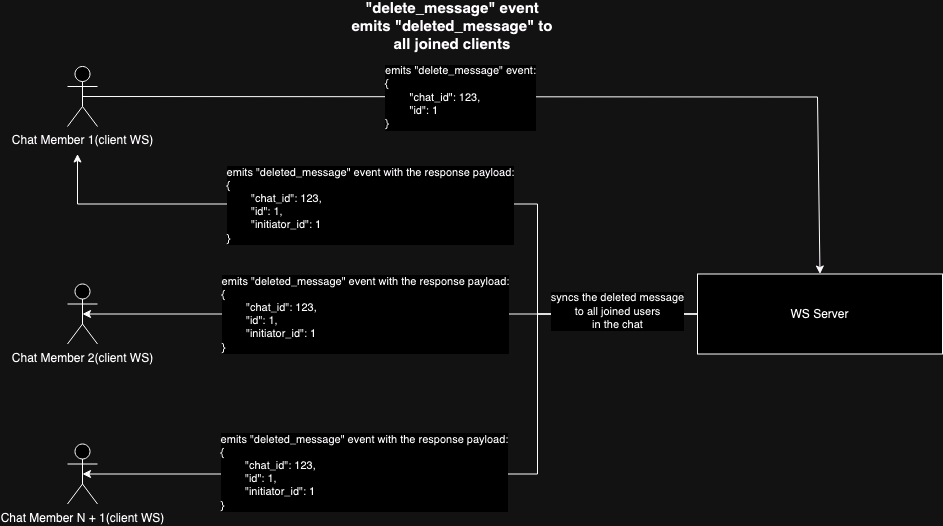
Earlier version of the draw.io export assets/ws-diagrams/messages/crud/delete_message.event.png (KR1470R/artos-messenger). Source tidied: cells renumbered, new cells last; positions are measured from the earlier drawing's top-left corner, leaving out a move shared by most shapes.
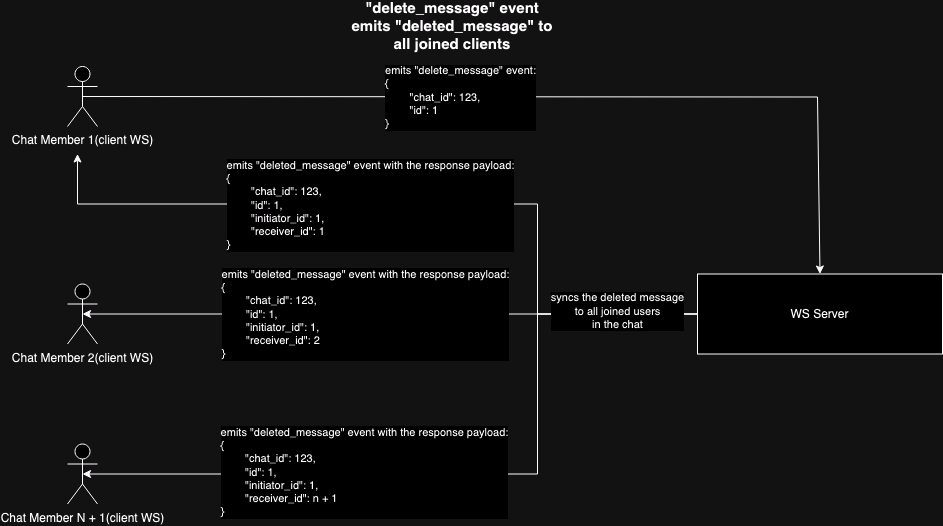
The same file after the commit.

Diff of the diagram source:
```diff
@@ -25,7 +25,7 @@
         </Array>
       </mxGeometry>
     </mxCell>
-    <mxCell id="7" value="&lt;div&gt;emits &quot;deleted_message&quot; event with the response payload:&lt;/div&gt;&lt;div align=&quot;left&quot;&gt;{&lt;/div&gt;&lt;div align=&quot;left&quot;&gt;&lt;span style=&quot;white-space: pre;&quot;&gt;&#9;&lt;/span&gt;&quot;chat_id&quot;: 123,&lt;/div&gt;&lt;div align=&quot;left&quot;&gt;&lt;span style=&quot;white-space: pre;&quot;&gt;&#9;&lt;/span&gt;&quot;id&quot;: 1,&lt;/div&gt;&lt;div align=&quot;left&quot;&gt;&lt;span style=&quot;white-space: pre;&quot;&gt;&#9;&lt;/span&gt;&quot;initiator_id&quot;: 1&lt;/div&gt;&lt;div align=&quot;left&quot;&gt;}&lt;br&gt;&lt;/div&gt;" style="edgeLabel;html=1;align=center;verticalAlign=middle;" parent="6" vertex="1">
+    <mxCell id="7" value="&lt;div&gt;emits &quot;deleted_message&quot; event with the response payload:&lt;/div&gt;&lt;div align=&quot;left&quot;&gt;{&lt;/div&gt;&lt;div align=&quot;left&quot;&gt;&lt;span style=&quot;white-space: pre;&quot;&gt;&#9;&lt;/span&gt;&quot;chat_id&quot;: 123,&lt;/div&gt;&lt;div align=&quot;left&quot;&gt;&lt;span style=&quot;white-space: pre;&quot;&gt;&#9;&lt;/span&gt;&quot;id&quot;: 1,&lt;/div&gt;&lt;div align=&quot;left&quot;&gt;&lt;span style=&quot;white-space: pre;&quot;&gt;&#9;&lt;/span&gt;&quot;initiator_id&quot;: 1,&lt;/div&gt;&lt;div align=&quot;left&quot;&gt;&lt;span style=&quot;white-space: pre;&quot;&gt;&#9;&lt;/span&gt;&quot;receiver_id&quot;: 1&lt;br&gt;&lt;/div&gt;&lt;div align=&quot;left&quot;&gt;}&lt;br&gt;&lt;/div&gt;" style="edgeLabel;html=1;align=center;verticalAlign=middle;" parent="6" vertex="1">
       <mxGeometry x="-0.15" y="1" relative="1" as="geometry">
         <mxPoint x="-106" as="offset" />
       </mxGeometry>
@@ -33,7 +33,7 @@
     <mxCell id="8" style="endArrow=classic;html=1;rounded=0;exitX=0;exitY=0.5;exitDx=0;exitDy=0;entryX=0.5;entryY=0.5;entryDx=0;entryDy=0;entryPerimeter=0;" parent="1" edge="1" source="5" target="2">
       <mxGeometry relative="1" as="geometry" />
     </mxCell>
-    <mxCell id="9" value="&lt;div&gt;emits &quot;deleted_message&quot; event with the response payload:&lt;/div&gt;&lt;div align=&quot;left&quot;&gt;{&lt;/div&gt;&lt;div align=&quot;left&quot;&gt;&lt;span style=&quot;white-space: pre;&quot;&gt;&#9;&lt;/span&gt;&quot;chat_id&quot;: 123,&lt;/div&gt;&lt;div align=&quot;left&quot;&gt;&lt;span style=&quot;white-space: pre;&quot;&gt;&#9;&lt;/span&gt;&quot;id&quot;: 1,&lt;/div&gt;&lt;div align=&quot;left&quot;&gt;&lt;span style=&quot;white-space: pre;&quot;&gt;&#9;&lt;/span&gt;&quot;initiator_id&quot;: 1&lt;/div&gt;&lt;div align=&quot;left&quot;&gt;}&lt;br&gt;&lt;/div&gt;" style="edgeLabel;html=1;align=center;verticalAlign=middle;" parent="8" vertex="1">
+    <mxCell id="9" value="&lt;div&gt;emits &quot;deleted_message&quot; event with the response payload:&lt;/div&gt;&lt;div align=&quot;left&quot;&gt;{&lt;/div&gt;&lt;div align=&quot;left&quot;&gt;&lt;span style=&quot;white-space: pre;&quot;&gt;&#9;&lt;/span&gt;&quot;chat_id&quot;: 123,&lt;/div&gt;&lt;div align=&quot;left&quot;&gt;&lt;span style=&quot;white-space: pre;&quot;&gt;&#9;&lt;/span&gt;&quot;id&quot;: 1,&lt;/div&gt;&lt;div align=&quot;left&quot;&gt;&lt;span style=&quot;white-space: pre;&quot;&gt;&#9;&lt;/span&gt;&quot;initiator_id&quot;: 1,&lt;/div&gt;&lt;div align=&quot;left&quot;&gt;&lt;span style=&quot;white-space: pre;&quot;&gt;&#9;&lt;/span&gt;&quot;receiver_id&quot;: 2&lt;br&gt;&lt;/div&gt;&lt;div align=&quot;left&quot;&gt;}&lt;br&gt;&lt;/div&gt;" style="edgeLabel;html=1;align=center;verticalAlign=middle;" parent="8" vertex="1">
       <mxGeometry x="0.21" relative="1" as="geometry">
         <mxPoint x="42" as="offset" />
       </mxGeometry>
@@ -51,7 +51,7 @@
         <mxPoint x="8" as="offset" />
       </mxGeometry>
     </mxCell>
-    <mxCell id="12" value="&lt;div&gt;emits &quot;deleted_message&quot; event with the response payload:&lt;/div&gt;&lt;div align=&quot;left&quot;&gt;{&lt;/div&gt;&lt;div align=&quot;left&quot;&gt;&lt;span style=&quot;white-space: pre;&quot;&gt;&#9;&lt;/span&gt;&quot;chat_id&quot;: 123,&lt;/div&gt;&lt;div align=&quot;left&quot;&gt;&lt;span style=&quot;white-space: pre;&quot;&gt;&#9;&lt;/span&gt;&quot;id&quot;: 1,&lt;/div&gt;&lt;div align=&quot;left&quot;&gt;&lt;span style=&quot;white-space: pre;&quot;&gt;&#9;&lt;/span&gt;&quot;initiator_id&quot;: 1&lt;/div&gt;&lt;div align=&quot;left&quot;&gt;}&lt;br&gt;&lt;/div&gt;" style="edgeLabel;html=1;align=center;verticalAlign=middle;" parent="10" vertex="1">
+    <mxCell id="12" value="&lt;div&gt;emits &quot;deleted_message&quot; event with the response payload:&lt;/div&gt;&lt;div align=&quot;left&quot;&gt;{&lt;/div&gt;&lt;div align=&quot;left&quot;&gt;&lt;span style=&quot;white-space: pre;&quot;&gt;&#9;&lt;/span&gt;&quot;chat_id&quot;: 123,&lt;/div&gt;&lt;div align=&quot;left&quot;&gt;&lt;span style=&quot;white-space: pre;&quot;&gt;&#9;&lt;/span&gt;&quot;id&quot;: 1,&lt;/div&gt;&lt;div align=&quot;left&quot;&gt;&lt;span style=&quot;white-space: pre;&quot;&gt;&#9;&lt;/span&gt;&quot;initiator_id&quot;: 1,&lt;/div&gt;&lt;div align=&quot;left&quot;&gt;&lt;span style=&quot;white-space: pre;&quot;&gt;&#9;&lt;/span&gt;&quot;receiver_id&quot;: n + 1&lt;br&gt;&lt;/div&gt;&lt;div align=&quot;left&quot;&gt;}&lt;br&gt;&lt;/div&gt;" style="edgeLabel;html=1;align=center;verticalAlign=middle;" parent="10" vertex="1">
       <mxGeometry x="0.29" y="-2" relative="1" as="geometry">
         <mxPoint x="8" as="offset" />
       </mxGeometry>
```
